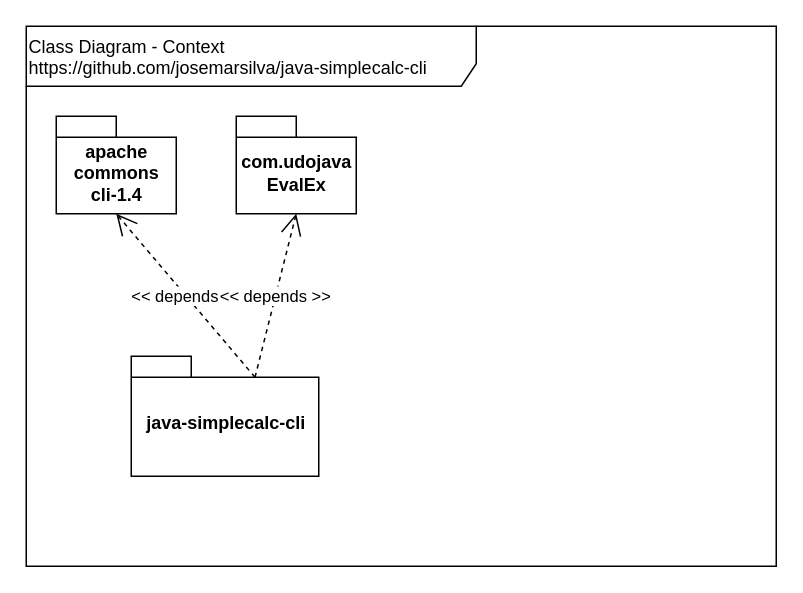
Before: doc/ClassDiagram-Context.drawio in josemarsilva/apm-labs, a draw.io diagram. Source tidied: cells renumbered, new cells numbered last; positions are measured from the earlier drawing's top-left corner, leaving out a move shared by most shapes. Both pictures are drawn from the tidied source at 150%, with x=0, y=0 at pixel (26, 26).
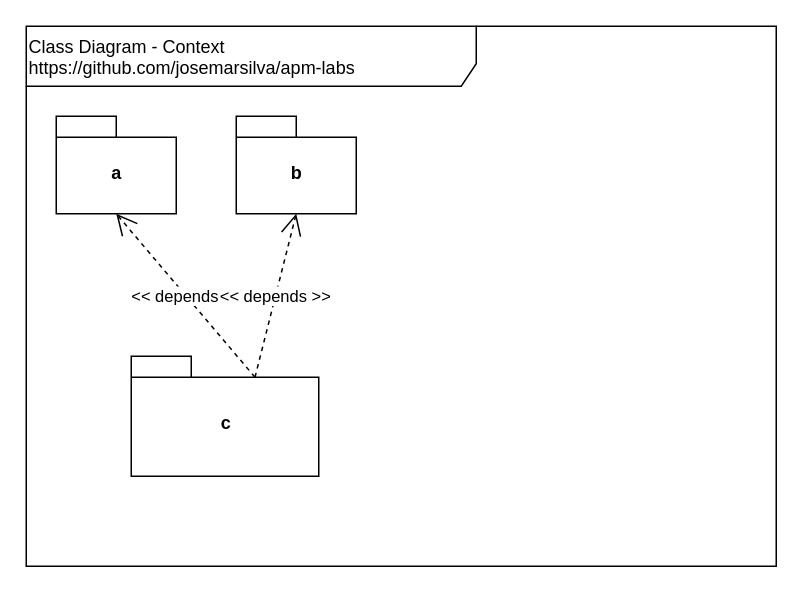
The same diagram, later.

What changed in the source:
```diff
@@
 <mxGraphModel>
   <root>
     <mxCell id="0" />
     <mxCell id="1" parent="0" />
-    <mxCell id="2" value="Class Diagram - Context&lt;br&gt;https://github.com/josemarsilva/java-simplecalc-cli&lt;br&gt;" style="shape=umlFrame;whiteSpace=wrap;html=1;width=300;height=40;verticalAlign=top;align=left;" parent="1" vertex="1">
+    <mxCell id="2" value="Class Diagram - Context&lt;br&gt;https://github.com/josemarsilva/apm-labs" style="shape=umlFrame;whiteSpace=wrap;html=1;width=300;height=40;verticalAlign=top;align=left;" parent="1" vertex="1">
       <mxGeometry width="500" height="360" as="geometry" />
     </mxCell>
-    <mxCell id="3" value="apache&lt;br&gt;commons&lt;br&gt;cli-1.4&lt;br&gt;" style="shape=folder;fontStyle=1;spacingTop=10;tabWidth=40;tabHeight=14;tabPosition=left;html=1;" parent="1" vertex="1">
+    <mxCell id="3" value="a" style="shape=folder;fontStyle=1;spacingTop=10;tabWidth=40;tabHeight=14;tabPosition=left;html=1;" parent="1" vertex="1">
       <mxGeometry x="20" y="60" width="80" height="65" as="geometry" />
     </mxCell>
     <mxCell id="4" value="&amp;lt;&amp;lt; depends &amp;gt;&amp;gt;" style="endArrow=open;endSize=12;dashed=1;html=1;exitX=0;exitY=0;exitDx=82.5;exitDy=14;entryX=0.5;entryY=1;entryDx=0;entryDy=0;entryPerimeter=0;exitPerimeter=0;" parent="1" edge="1" source="5" target="3">
       <mxGeometry relative="1" as="geometry" />
     </mxCell>
-    <mxCell id="5" value="&lt;span&gt;java-simplecalc-cli&lt;/span&gt;" style="shape=folder;fontStyle=1;spacingTop=10;tabWidth=40;tabHeight=14;tabPosition=left;html=1;" parent="1" vertex="1">
+    <mxCell id="5" value="&lt;span&gt;c&lt;/span&gt;" style="shape=folder;fontStyle=1;spacingTop=10;tabWidth=40;tabHeight=14;tabPosition=left;html=1;" parent="1" vertex="1">
       <mxGeometry x="70" y="220" width="125" height="80" as="geometry" />
     </mxCell>
-    <mxCell id="6" value="com.udojava&lt;br&gt;EvalEx&lt;br&gt;" style="shape=folder;fontStyle=1;spacingTop=10;tabWidth=40;tabHeight=14;tabPosition=left;html=1;" parent="1" vertex="1">
+    <mxCell id="6" value="b" style="shape=folder;fontStyle=1;spacingTop=10;tabWidth=40;tabHeight=14;tabPosition=left;html=1;" parent="1" vertex="1">
       <mxGeometry x="140" y="60" width="80" height="65" as="geometry" />
     </mxCell>
     <mxCell id="7" value="&amp;lt;&amp;lt; depends &amp;gt;&amp;gt;" style="endArrow=open;endSize=12;dashed=1;html=1;exitX=0;exitY=0;exitDx=82.5;exitDy=14;entryX=0.5;entryY=1;entryDx=0;entryDy=0;entryPerimeter=0;exitPerimeter=0;" parent="1" edge="1" source="5" target="6">
       <mxGeometry relative="1" as="geometry" />
     </mxCell>
   </root>
 </mxGraphModel>
```
